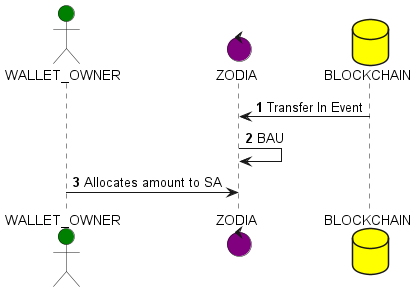
This is va-tx-in.png from tjdragon/va, a PlantUML export, as it was before one commit. Source of this version:
```plantuml
@startuml

actor WALLET_OWNER #green
control ZODIA #purple
database BLOCKCHAIN #yellow

autonumber

BLOCKCHAIN -> ZODIA: Transfer In Event
ZODIA -> ZODIA: BAU
WALLET_OWNER -> ZODIA: Allocates amount to SA

@enduml
```
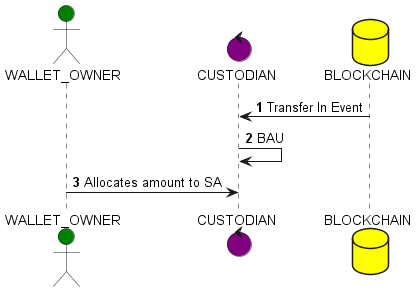
The same diagram one commit later.

Change to the diagram source:
```diff
@@ -1,13 +1,13 @@
 @startuml
 
 actor WALLET_OWNER #green
-control ZODIA #purple
+control CUSTODIAN #purple
 database BLOCKCHAIN #yellow
 
 autonumber
 
-BLOCKCHAIN -> ZODIA: Transfer In Event
-ZODIA -> ZODIA: BAU
-WALLET_OWNER -> ZODIA: Allocates amount to SA
+BLOCKCHAIN -> CUSTODIAN: Transfer In Event
+CUSTODIAN -> CUSTODIAN: BAU
+WALLET_OWNER -> CUSTODIAN: Allocates amount to SA
 
 @enduml
```
